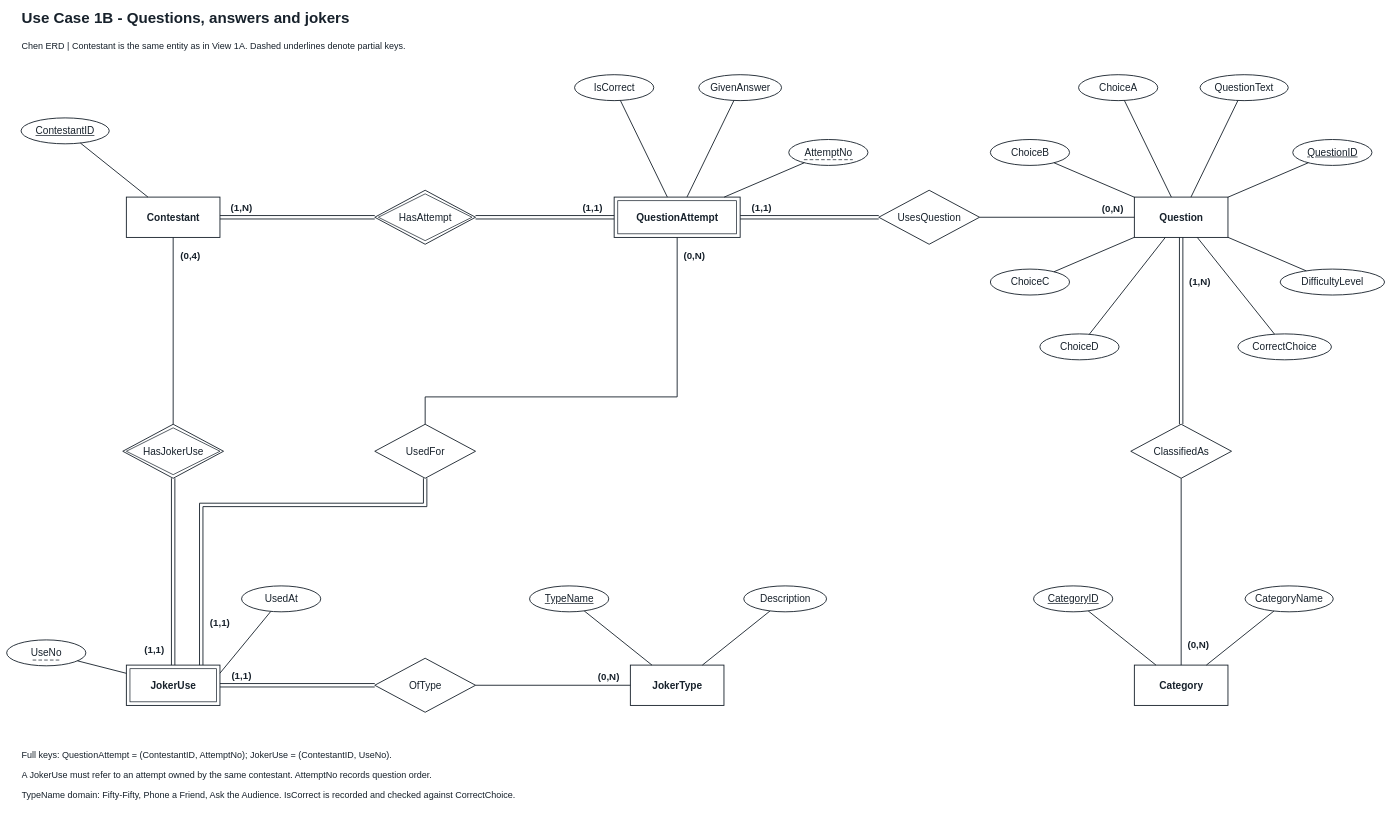
Osmanita/cng-351-project-1 keeps this draw.io diagram as page "Use Case 1B - Questions, answers and jokers" (2 of 8) of CNG351_Assignment1_Chen +gpt.drawio. Above is the earlier version. Source tidied: cells renumbered, new cells numbered last; positions are measured from the earlier drawing's top-left corner, leaving out a move shared by most shapes. Both pictures are drawn from the tidied source at 36%, with x=0, y=0 at pixel (6, 6).
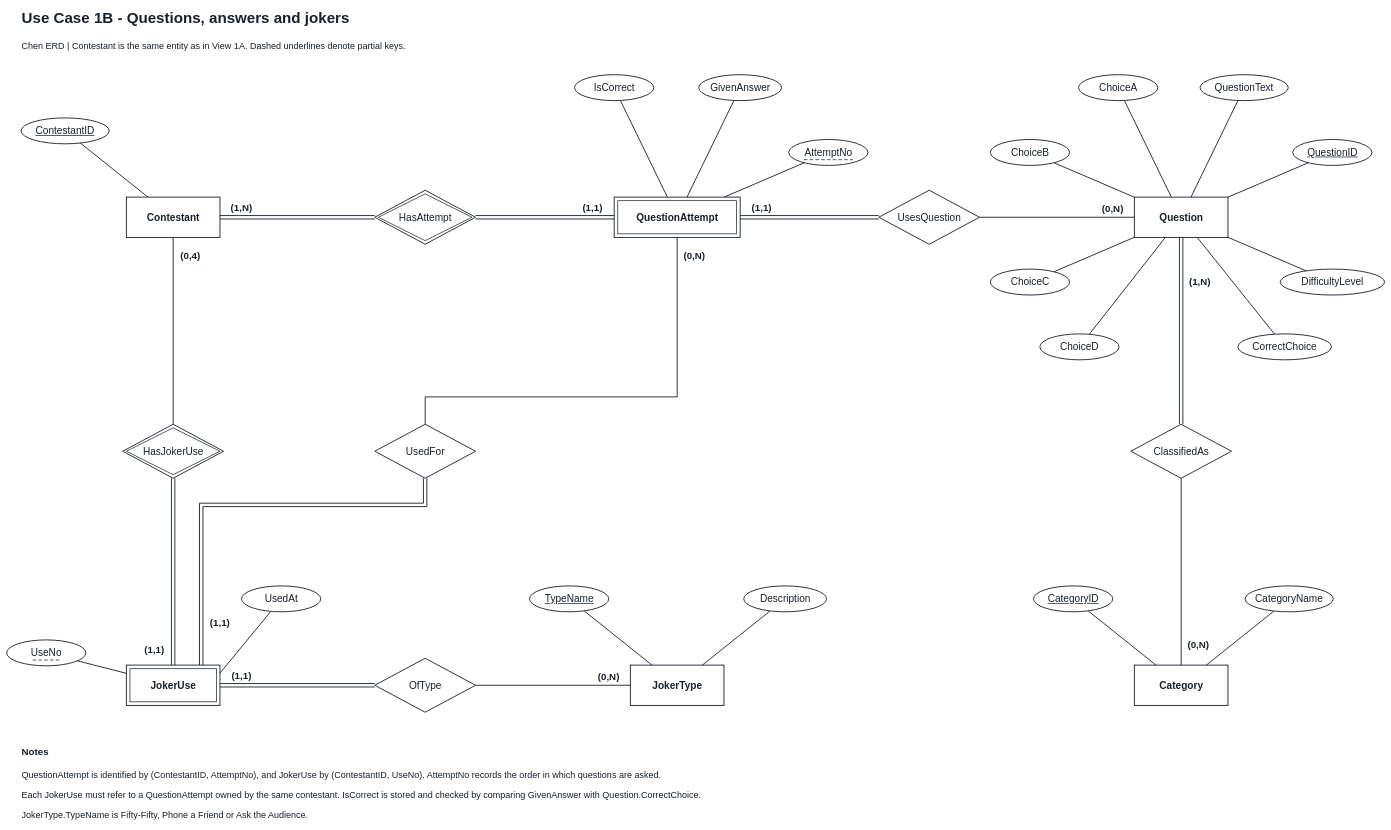
Above is the later version.

Commit message (it also covers changes not shown here):
Replace canonical gpt report and diagrams with final notes revision

Diff of the diagram source:
```diff
@@
-    <mxCell id="70" value="Full keys: QuestionAttempt = (ContestantID, AttemptNo); JokerUse = (ContestantID, UseNo)." style="text;html=0;whiteSpace=wrap;overflow=hidden;align=left;verticalAlign=middle;fillColor=#ffffff;strokeColor=none;fontColor=#17212b;fontFamily=Arial;fontSize=25;" parent="1" vertex="1">
-      <mxGeometry x="40" y="2051" width="3788" height="55" as="geometry" />
+    <mxCell id="70" value="QuestionAttempt is identified by (ContestantID, AttemptNo), and JokerUse by (ContestantID, UseNo). AttemptNo records the order in which questions are asked." style="text;html=0;whiteSpace=wrap;overflow=hidden;align=left;verticalAlign=middle;fillColor=#ffffff;strokeColor=none;fontColor=#17212b;fontFamily=Arial;fontSize=25;" parent="1" vertex="1">
+      <mxGeometry x="40" y="2106" width="3788" height="55" as="geometry" />
     </mxCell>
-    <mxCell id="71" value="A JokerUse must refer to an attempt owned by the same contestant. AttemptNo records question order." style="text;html=0;whiteSpace=wrap;overflow=hidden;align=left;verticalAlign=middle;fillColor=#ffffff;strokeColor=none;fontColor=#17212b;fontFamily=Arial;fontSize=25;" parent="1" vertex="1">
-      <mxGeometry x="40" y="2106" width="3788" height="55" as="geometry" />
+    <mxCell id="71" value="Each JokerUse must refer to a QuestionAttempt owned by the same contestant. IsCorrect is stored and checked by comparing GivenAnswer with Question.CorrectChoice." style="text;html=0;whiteSpace=wrap;overflow=hidden;align=left;verticalAlign=middle;fillColor=#ffffff;strokeColor=none;fontColor=#17212b;fontFamily=Arial;fontSize=25;" parent="1" vertex="1">
+      <mxGeometry x="40" y="2161" width="3788" height="55" as="geometry" />
     </mxCell>
-    <mxCell id="72" value="TypeName domain: Fifty-Fifty, Phone a Friend, Ask the Audience. IsCorrect is recorded and checked against CorrectChoice." style="text;html=0;whiteSpace=wrap;overflow=hidden;align=left;verticalAlign=middle;fillColor=#ffffff;strokeColor=none;fontColor=#17212b;fontFamily=Arial;fontSize=25;" parent="1" vertex="1">
-      <mxGeometry x="40" y="2161" width="3788" height="55" as="geometry" />
+    <mxCell id="72" value="JokerType.TypeName is Fifty-Fifty, Phone a Friend or Ask the Audience." style="text;html=0;whiteSpace=wrap;overflow=hidden;align=left;verticalAlign=middle;fillColor=#ffffff;strokeColor=none;fontColor=#17212b;fontFamily=Arial;fontSize=25;" parent="1" vertex="1">
+      <mxGeometry x="40" y="2216" width="3788" height="55" as="geometry" />
     </mxCell>
+    <mxCell id="73" value="Notes" style="text;html=0;whiteSpace=wrap;overflow=hidden;align=left;verticalAlign=middle;fillColor=#ffffff;strokeColor=none;fontColor=#17212b;fontFamily=Arial;fontSize=27;fontStyle=1;" parent="1" vertex="1">
+      <mxGeometry x="40" y="2051" width="3788" height="40" as="geometry" />
+    </mxCell>
```
